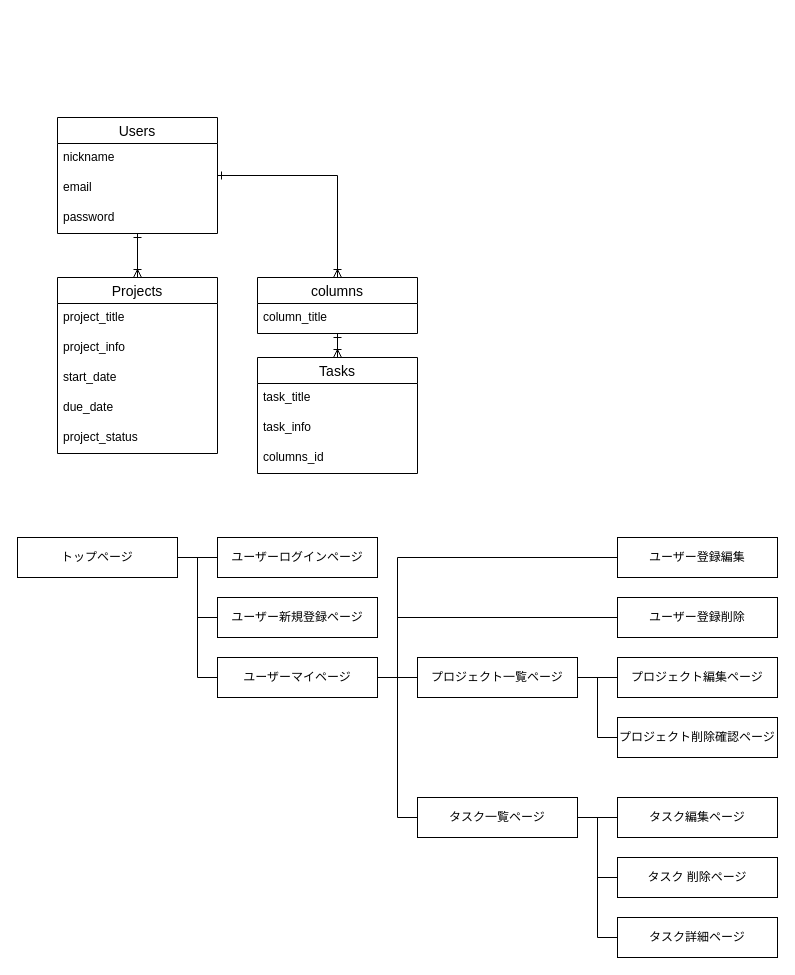
Before: gantt-task.dio in kobayashiasa/gantt-task, a draw.io diagram. Source tidied: cells renumbered, new cells numbered last; positions are measured from the earlier drawing's top-left corner, leaving out a move shared by most shapes. Both pictures are drawn from the tidied source at 100%, with x=0, y=0 at pixel (17, 117).
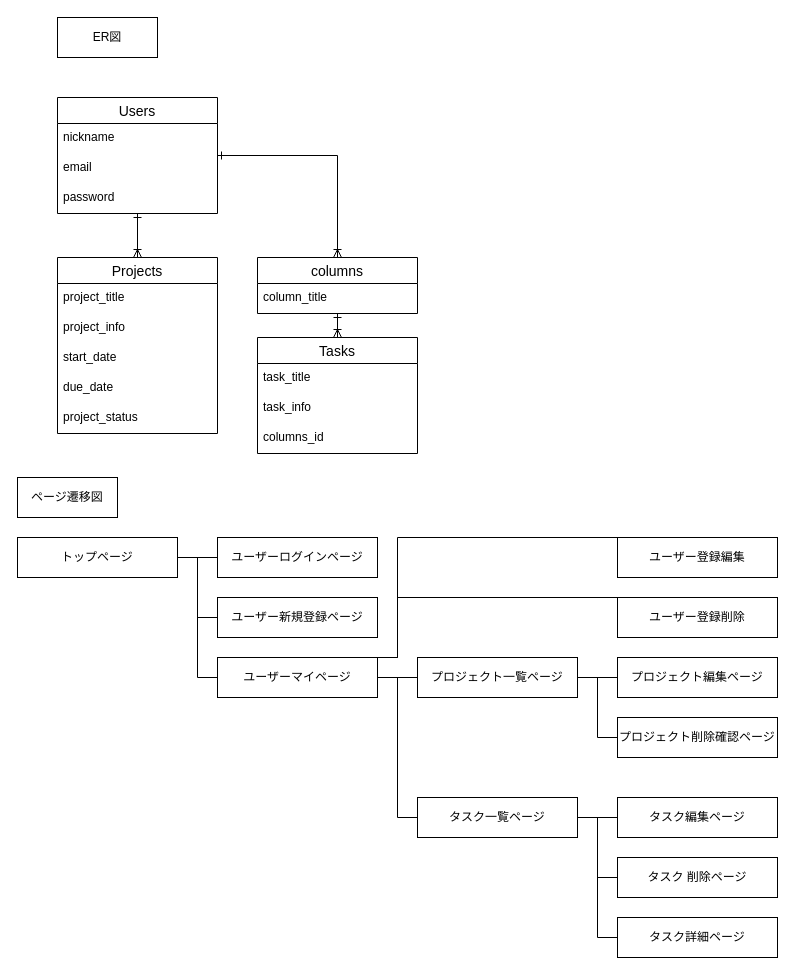
The same diagram, later.

Unchanged cells that the change refers to:
```xml
<mxCell id="27" value="ユーザーマイページ" style="whiteSpace=wrap;html=1;align=center;" parent="1" vertex="1">
  <mxGeometry x="200" y="540" width="160" height="40" as="geometry" />
</mxCell>
<mxCell id="44" value="ユーザー登録編集" style="whiteSpace=wrap;html=1;align=center;" parent="1" vertex="1">
  <mxGeometry x="600" y="420" width="160" height="40" as="geometry" />
</mxCell>
<mxCell id="45" value="ユーザー登録削除" style="whiteSpace=wrap;html=1;align=center;" parent="1" vertex="1">
  <mxGeometry x="600" y="480" width="160" height="40" as="geometry" />
</mxCell>
```

Change to the diagram source:
```diff
@@
     <mxCell id="4" value="Users" style="swimlane;fontStyle=0;horizontal=1;startSize=26;align=center;fontSize=14;" parent="1" vertex="1">
-      <mxGeometry x="40" width="160" height="116" as="geometry" />
+      <mxGeometry x="40" y="-20" width="160" height="116" as="geometry" />
     </mxCell>
@@
     <mxCell id="9" value="columns" style="swimlane;fontStyle=0;horizontal=1;startSize=26;align=center;fontSize=14;" parent="1" vertex="1">
-      <mxGeometry x="240" y="160" width="160" height="56" as="geometry" />
+      <mxGeometry x="240" y="140" width="160" height="56" as="geometry" />
     </mxCell>
@@
     <mxCell id="11" value="Tasks" style="swimlane;fontStyle=0;horizontal=1;startSize=26;align=center;fontSize=14;" parent="1" vertex="1">
-      <mxGeometry x="240" y="240" width="160" height="116" as="geometry" />
+      <mxGeometry x="240" y="220" width="160" height="116" as="geometry" />
     </mxCell>
@@
     <mxCell id="15" value="Projects" style="swimlane;fontStyle=0;horizontal=1;startSize=26;align=center;fontSize=14;" parent="1" vertex="1">
-      <mxGeometry x="40" y="160" width="160" height="176" as="geometry" />
+      <mxGeometry x="40" y="140" width="160" height="176" as="geometry" />
     </mxCell>
@@
     <mxCell id="25" style="edgeStyle=orthogonalEdgeStyle;rounded=0;html=1;entryX=0;entryY=0.5;entryDx=0;entryDy=0;startArrow=none;startFill=0;endArrow=none;endFill=0;strokeColor=default;" parent="1" edge="1" source="27" target="44">
       <mxGeometry relative="1" as="geometry">
         <Array as="points">
-          <mxPoint x="380" y="560" />
-          <mxPoint x="380" y="440" />
+          <mxPoint x="380" y="540" />
+          <mxPoint x="380" y="420" />
         </Array>
       </mxGeometry>
     </mxCell>
     <mxCell id="26" style="edgeStyle=orthogonalEdgeStyle;rounded=0;html=1;entryX=0;entryY=0.5;entryDx=0;entryDy=0;startArrow=none;startFill=0;endArrow=none;endFill=0;strokeColor=default;" parent="1" edge="1" source="27" target="45">
       <mxGeometry relative="1" as="geometry">
         <Array as="points">
-          <mxPoint x="380" y="560" />
-          <mxPoint x="380" y="500" />
+          <mxPoint x="380" y="540" />
+          <mxPoint x="380" y="480" />
         </Array>
       </mxGeometry>
     </mxCell>
@@
+    <mxCell id="46" value="ER図" style="whiteSpace=wrap;html=1;align=center;" parent="1" vertex="1">
+      <mxGeometry x="40" y="-100" width="100" height="40" as="geometry" />
+    </mxCell>
+    <mxCell id="47" value="ページ遷移図" style="whiteSpace=wrap;html=1;align=center;" parent="1" vertex="1">
+      <mxGeometry y="360" width="100" height="40" as="geometry" />
+    </mxCell>
```
